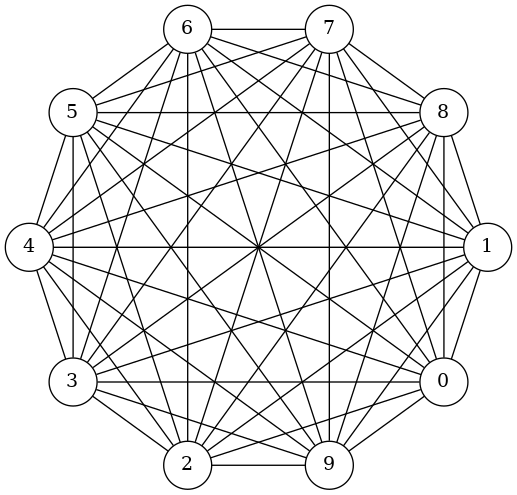
Earlier version of the Graphviz export graph.png (AkiraShougun/Graph-Theory). Its source is kept beside it as graph.dot.
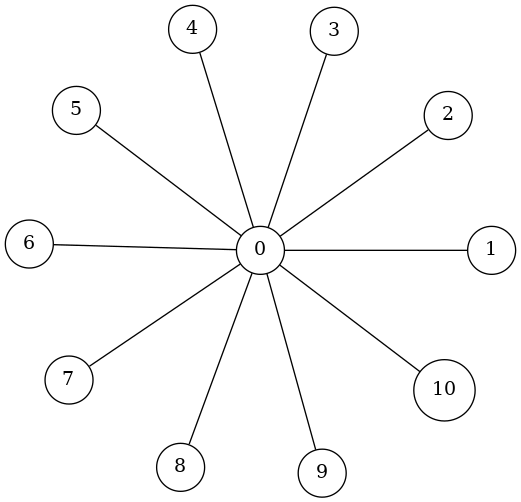
After the change.

The edit, as a diff of the source:
```diff
@@ -20,40 +20,5 @@
 0 -- 7;
 0 -- 8;
 0 -- 9;
-1 -- 2;
-1 -- 3;
-1 -- 4;
-1 -- 5;
-1 -- 6;
-1 -- 7;
-1 -- 8;
-1 -- 9;
-2 -- 3;
-2 -- 4;
-2 -- 5;
-2 -- 6;
-2 -- 7;
-2 -- 8;
-2 -- 9;
-3 -- 4;
-3 -- 5;
-3 -- 6;
-3 -- 7;
-3 -- 8;
-3 -- 9;
-4 -- 5;
-4 -- 6;
-4 -- 7;
-4 -- 8;
-4 -- 9;
-5 -- 6;
-5 -- 7;
-5 -- 8;
-5 -- 9;
-6 -- 7;
-6 -- 8;
-6 -- 9;
-7 -- 8;
-7 -- 9;
-8 -- 9;
+0--10;
 }
```
